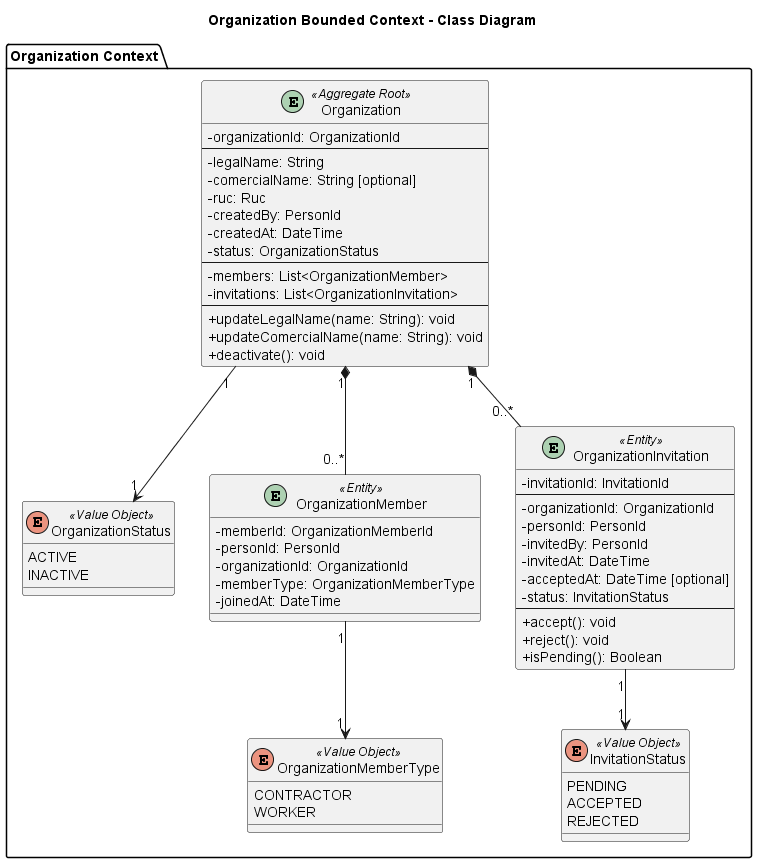
GalaxiaWonder-AppsWeb/ProjectReport keeps this PlantUML diagram as img/chapter4/oop/organizations.png. Above is the earlier version.
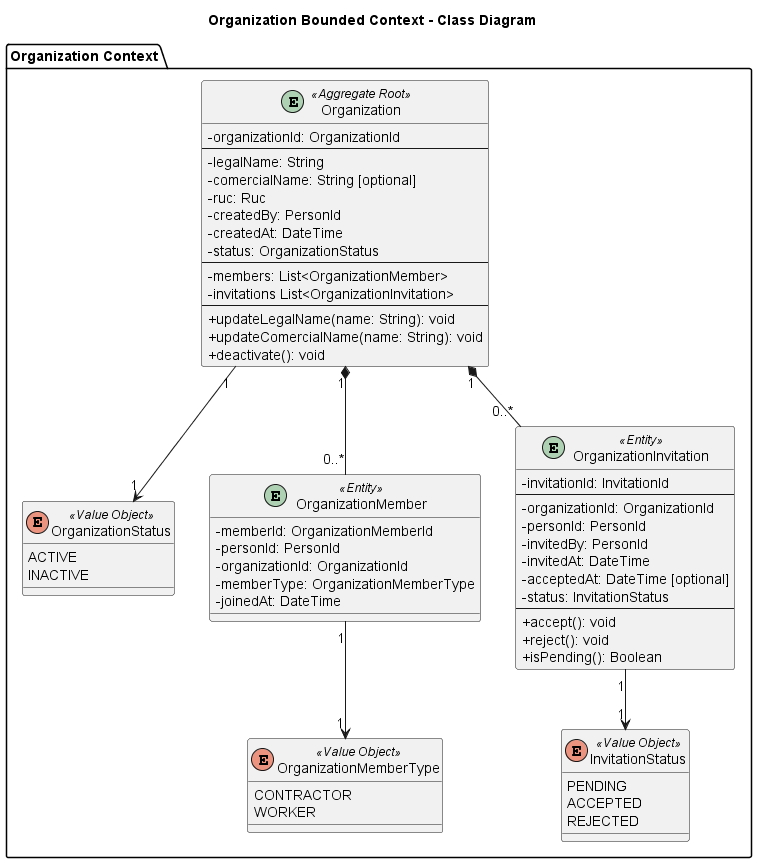
After the commit.

Change to the diagram source:
```diff
@@ -21,7 +21,7 @@
         - status: OrganizationStatus
         --
         - members: List<OrganizationMember>
-        - invitations: List<OrganizationInvitation>
+        - invitations List<OrganizationInvitation>
         --
         + updateLegalName(name: String): void
         + updateComercialName(name: String): void
```
